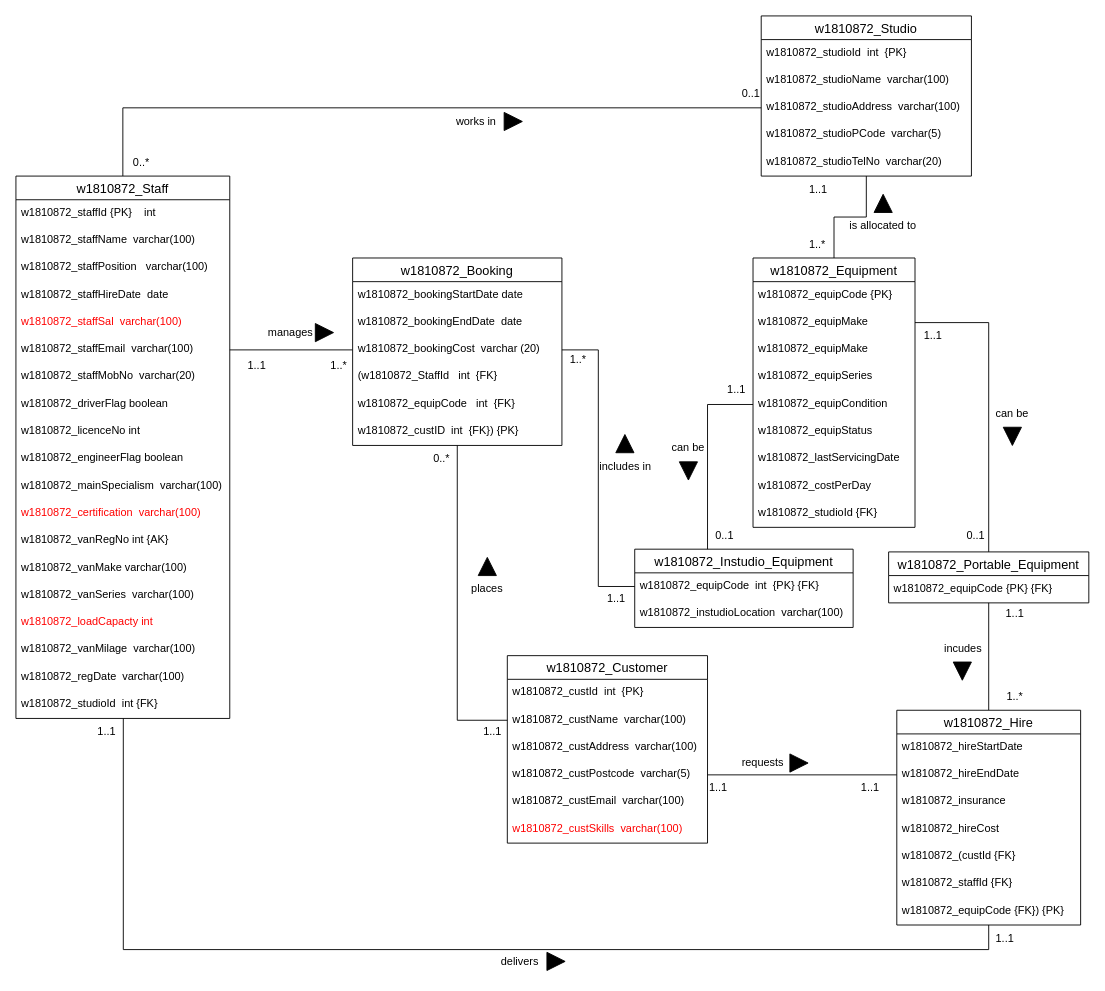
Before: Part B/Part_B.drawio in ChitharaKarunasekera/DatabaseSystemsCoursework, a draw.io diagram. Source tidied: cells renumbered, new cells numbered last; positions are measured from the earlier drawing's top-left corner, leaving out a move shared by most shapes. Both pictures are drawn from the tidied source at 91%, with x=0, y=0 at pixel (15, 15).
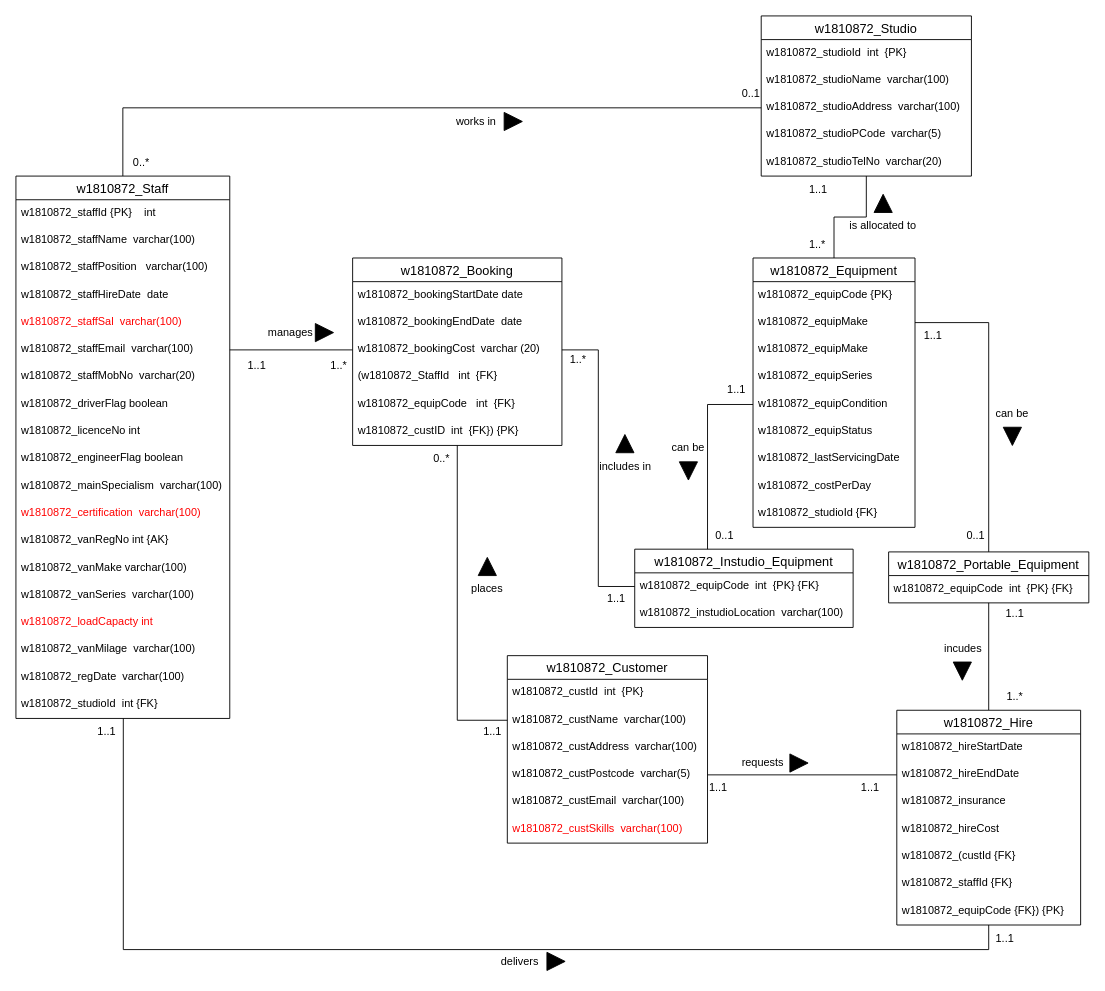
The same page after the edit.

Commit message:
portable quip

The change refers to these unchanged cells:
```xml
<mxCell id="38" value="w1810872_Portable_Equipment" style="swimlane;fontStyle=0;horizontal=1;startSize=26;align=center;fontSize=14;fontColor=#000000;" parent="1" vertex="1">
  <mxGeometry x="959" y="589" width="220" height="56" as="geometry" />
</mxCell>
```

Change to the diagram source:
```diff
@@
-    <mxCell id="39" value="w1810872_equipCode {PK} {FK}" style="text;strokeColor=none;fillColor=none;spacingLeft=4;spacingRight=4;overflow=hidden;fontSize=12;fontColor=#000000;" parent="38" vertex="1">
+    <mxCell id="39" value="w1810872_equipCode  int  {PK} {FK}" style="text;strokeColor=none;fillColor=none;spacingLeft=4;spacingRight=4;overflow=hidden;fontSize=12;fontColor=#000000;" parent="38" vertex="1">
       <mxGeometry y="26" width="220" height="30" as="geometry" />
     </mxCell>
```
